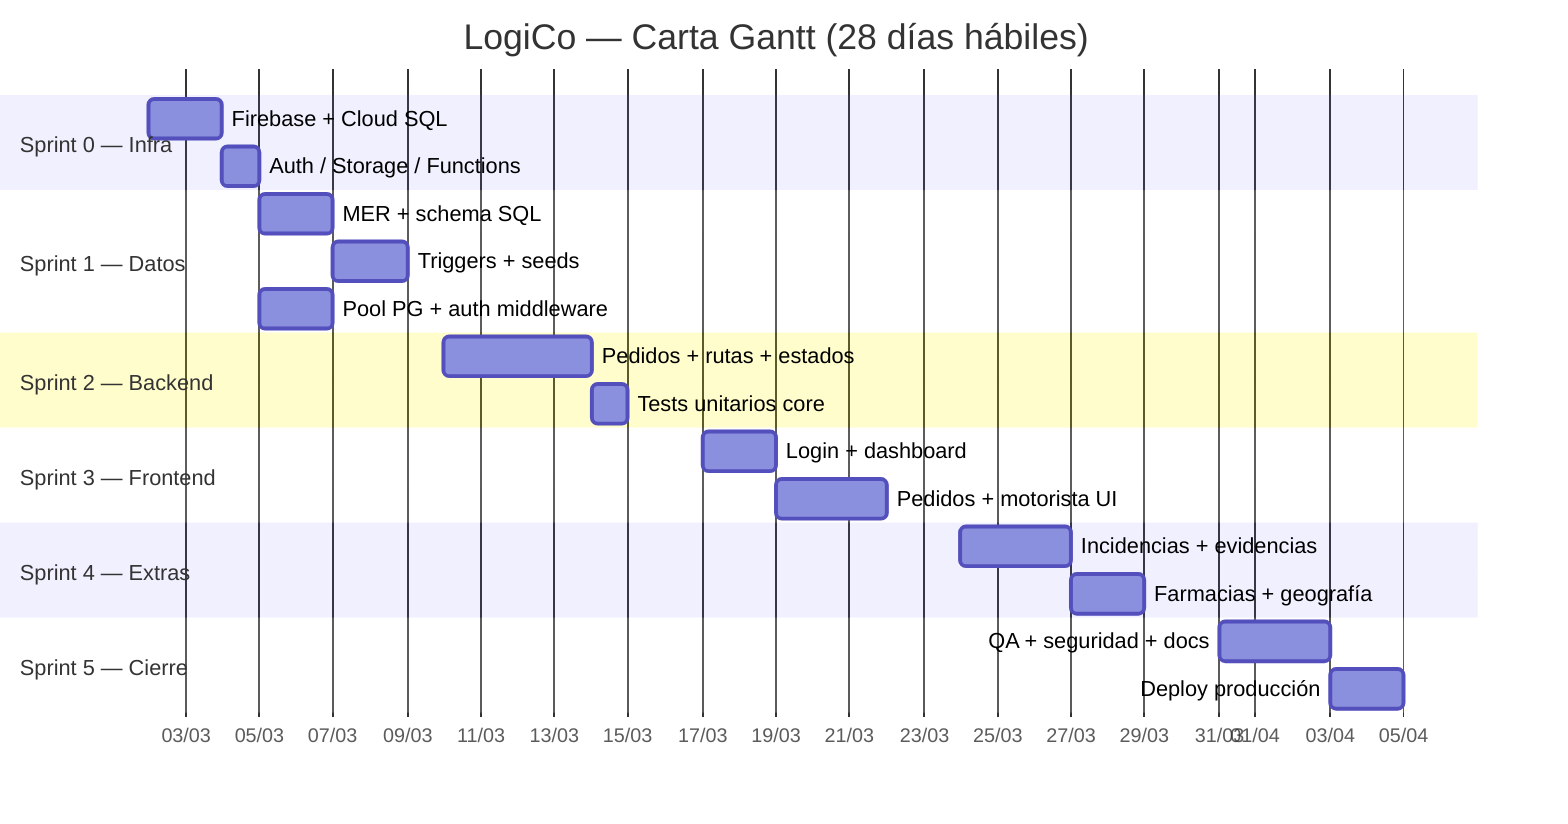
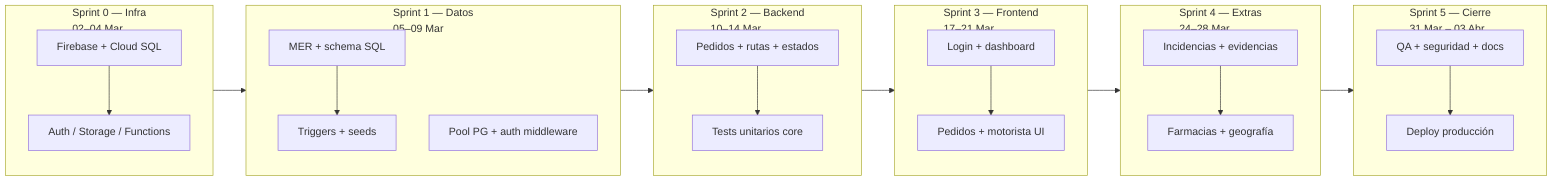
- gantt
-     title LogiCo — Carta Gantt (28 días hábiles)
-     dateFormat  YYYY-MM-DD
-     axisFormat  %d/%m
+ flowchart LR
+     subgraph S0["Sprint 0 — Infra<br/>02–04 Mar"]
+         direction TB
+         s0a[Firebase + Cloud SQL]
+         s0b[Auth / Storage / Functions]
+         s0a --> s0b
+     end

-     section Sprint 0 — Infra
-     Firebase + Cloud SQL           :s0a, 2026-03-02, 2d
-     Auth / Storage / Functions     :s0b, after s0a, 1d
+     subgraph S1["Sprint 1 — Datos<br/>05–09 Mar"]
+         direction TB
+         s1a[MER + schema SQL]
+         s1b[Triggers + seeds]
+         s1c[Pool PG + auth middleware]
+         s1a --> s1b
+     end

-     section Sprint 1 — Datos
-     MER + schema SQL               :s1a, 2026-03-05, 2d
-     Triggers + seeds               :s1b, after s1a, 2d
-     Pool PG + auth middleware      :s1c, 2026-03-05, 2d
+     subgraph S2["Sprint 2 — Backend<br/>10–14 Mar"]
+         direction TB
+         s2a[Pedidos + rutas + estados]
+         s2b[Tests unitarios core]
+         s2a --> s2b
+     end

-     section Sprint 2 — Backend
-     Pedidos + rutas + estados      :s2a, 2026-03-10, 4d
-     Tests unitarios core           :s2b, after s2a, 1d
+     subgraph S3["Sprint 3 — Frontend<br/>17–21 Mar"]
+         direction TB
+         s3a[Login + dashboard]
+         s3b[Pedidos + motorista UI]
+         s3a --> s3b
+     end

-     section Sprint 3 — Frontend
-     Login + dashboard              :s3a, 2026-03-17, 2d
-     Pedidos + motorista UI         :s3b, after s3a, 3d
+     subgraph S4["Sprint 4 — Extras<br/>24–28 Mar"]
+         direction TB
+         s4a[Incidencias + evidencias]
+         s4b[Farmacias + geografía]
+         s4a --> s4b
+     end

-     section Sprint 4 — Extras
-     Incidencias + evidencias       :s4a, 2026-03-24, 3d
-     Farmacias + geografía          :s4b, after s4a, 2d
+     subgraph S5["Sprint 5 — Cierre<br/>31 Mar – 03 Abr"]
+         direction TB
+         s5a[QA + seguridad + docs]
+         s5b[Deploy producción]
+         s5a --> s5b
+     end

-     section Sprint 5 — Cierre
-     QA + seguridad + docs          :s5a, 2026-03-31, 3d
-     Deploy producción              :s5b, after s5a, 2d
+     S0 --> S1 --> S2 --> S3 --> S4 --> S5
